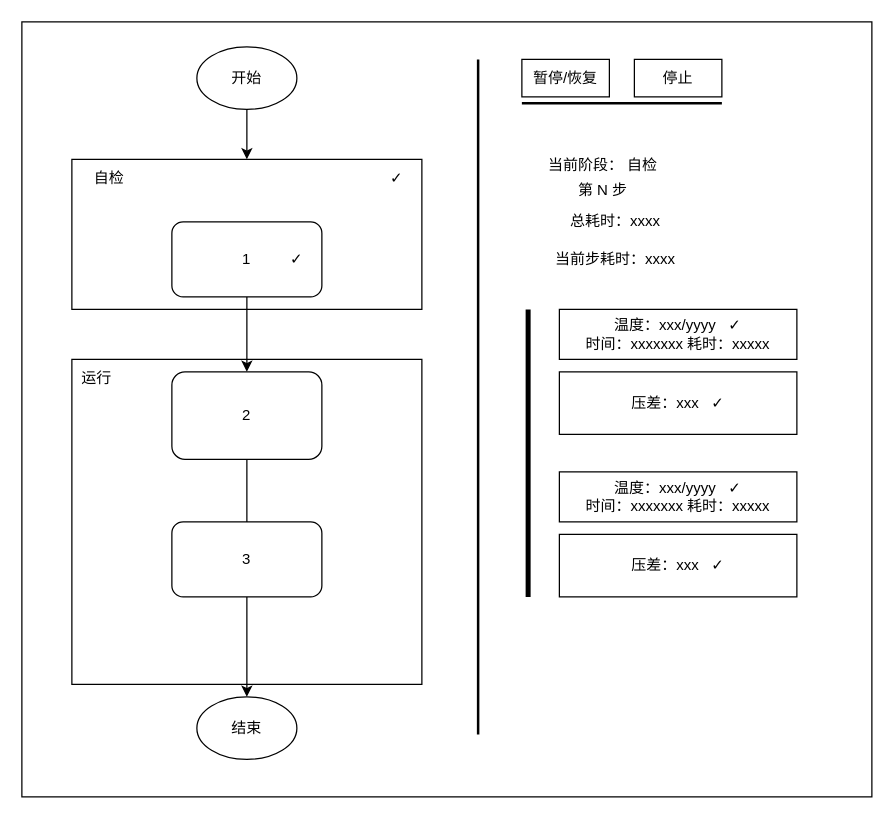
Before: 程序运行监控页面.drawio in liz2m/draw.images, a draw.io diagram. Source tidied: cells renumbered, new cells numbered last; positions are measured from the earlier drawing's top-left corner, leaving out a move shared by most shapes. Both pictures are drawn from the tidied source at 125%, with x=0, y=0 at pixel (21, 21).
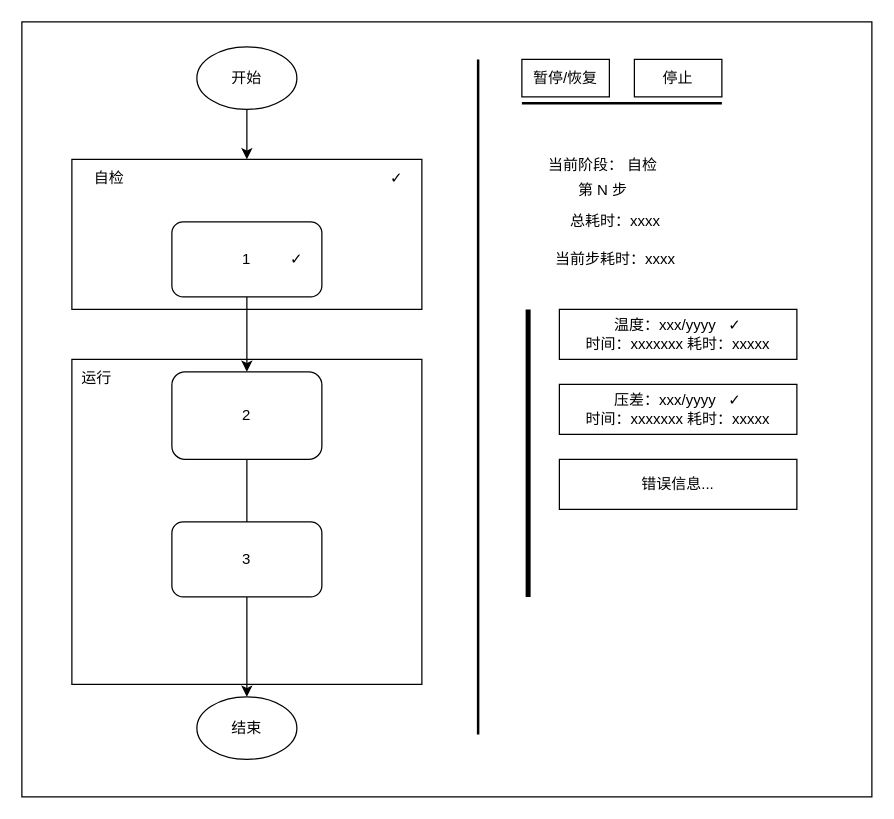
The same page after the edit.

Commit message (it also covers changes not shown here):
更新程序运行监控页面.drawio

What changed in the source:
```diff
@@
-    <mxCell id="8" value="压差：xxx&amp;nbsp; &amp;nbsp;✓" style="rounded=0;whiteSpace=wrap;html=1;" parent="1" vertex="1">
-      <mxGeometry x="430" y="280" width="190" height="50" as="geometry" />
-    </mxCell>
@@
-    <mxCell id="11" value="温度：xxx/yyyy&amp;nbsp; &amp;nbsp;✓&lt;br&gt;时间：xxxxxxx 耗时：xxxxx" style="rounded=0;whiteSpace=wrap;html=1;" parent="1" vertex="1">
-      <mxGeometry x="430" y="360" width="190" height="40" as="geometry" />
+    <mxCell id="11" value="压差：xxx/yyyy&amp;nbsp; &amp;nbsp;✓&lt;br&gt;时间：xxxxxxx 耗时：xxxxx" style="rounded=0;whiteSpace=wrap;html=1;" parent="1" vertex="1">
+      <mxGeometry x="430" y="290" width="190" height="40" as="geometry" />
     </mxCell>
-    <mxCell id="12" value="压差：xxx&amp;nbsp; &amp;nbsp;✓" style="rounded=0;whiteSpace=wrap;html=1;" parent="1" vertex="1">
-      <mxGeometry x="430" y="410" width="190" height="50" as="geometry" />
-    </mxCell>
@@
+    <mxCell id="30" value="错误信息..." style="rounded=0;whiteSpace=wrap;html=1;" parent="1" vertex="1">
+      <mxGeometry x="430" y="350" width="190" height="40" as="geometry" />
+    </mxCell>
```
